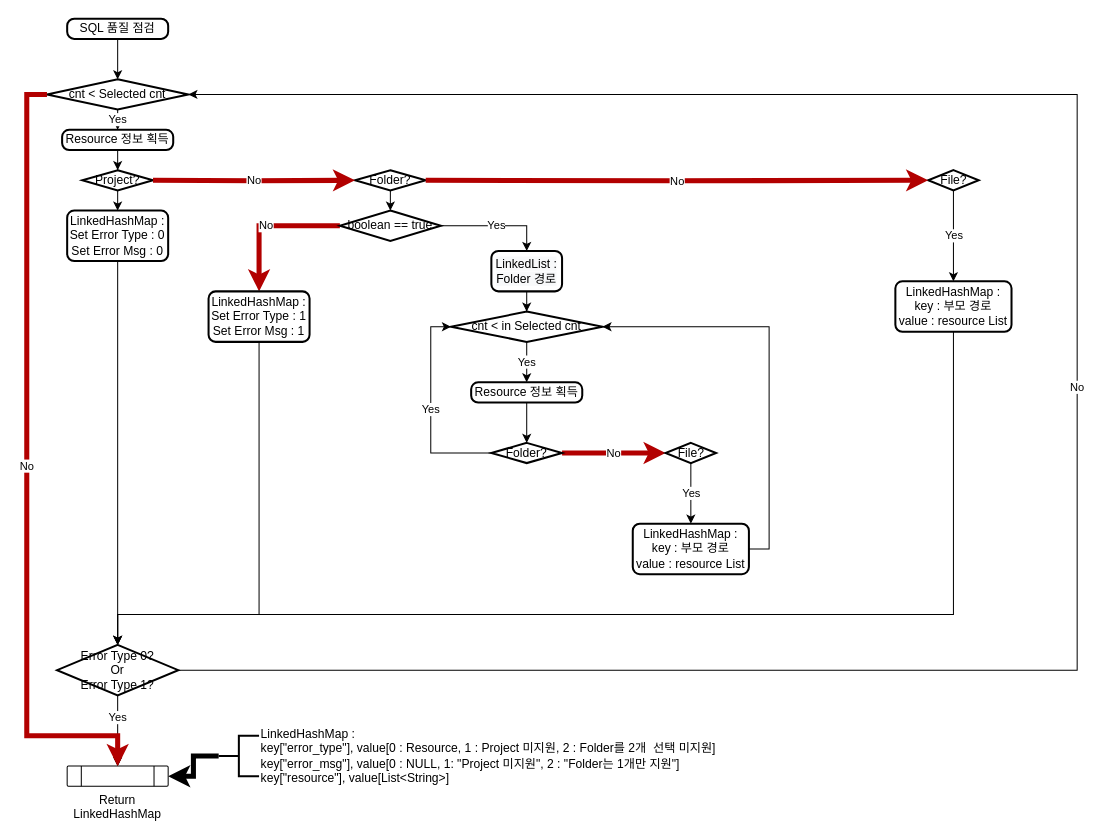
Earlier version of the draw.io diagram SQL 품질 점검 N개 파일 선택 및 폴더 선택 1개만 지원.drawio (taitai09/playground). Source tidied: cells renumbered, new cells numbered last; positions are measured from the earlier drawing's top-left corner, leaving out a move shared by most shapes. Both pictures are drawn from the tidied source at 101%, with x=0, y=0 at pixel (26, 18).
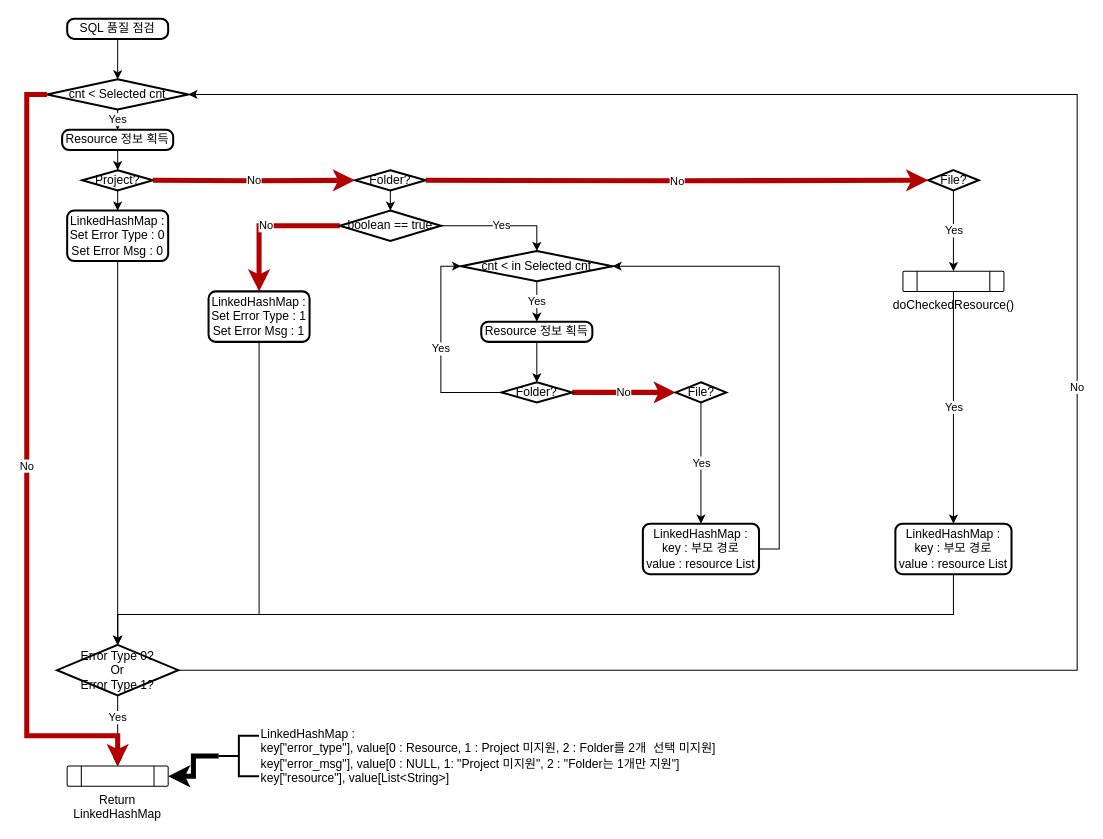
The same diagram, later.

Commit message:
Update SQL 품질 점검 N개 파일 선택 및 폴더 선택 1개만 지원.drawio

The change refers to these unchanged cells:
```xml
<mxCell id="14" value="File?" style="strokeWidth=2;html=1;shape=mxgraph.flowchart.decision;whiteSpace=wrap;" parent="1" vertex="1">
  <mxGeometry x="892.5" y="150" width="50" height="20" as="geometry" />
</mxCell>
<mxCell id="29" value="boolean == true" style="strokeWidth=2;html=1;shape=mxgraph.flowchart.decision;whiteSpace=wrap;" parent="1" vertex="1">
  <mxGeometry x="310" y="190" width="100" height="30" as="geometry" />
</mxCell>
```

Change to the diagram source:
```diff
@@
-    <mxCell id="13" value="Yes" style="edgeStyle=orthogonalEdgeStyle;rounded=0;jettySize=auto;html=1;exitX=0.5;exitY=1;exitDx=0;exitDy=0;exitPerimeter=0;entryX=0.5;entryY=0;entryDx=0;entryDy=0;" parent="1" edge="1" source="14" target="38">
+    <mxCell id="13" value="Yes" style="edgeStyle=orthogonalEdgeStyle;rounded=0;jettySize=auto;html=1;exitX=0.5;exitY=1;exitDx=0;exitDy=0;exitPerimeter=0;entryX=0.5;entryY=0;entryDx=0;entryDy=0;" parent="1" edge="1" source="46" target="38">
       <mxGeometry relative="1" as="geometry" />
     </mxCell>
@@
     <mxCell id="24" value="cnt &amp;lt; in Selected cnt" style="strokeWidth=2;html=1;shape=mxgraph.flowchart.decision;whiteSpace=wrap;" parent="1" vertex="1">
-      <mxGeometry x="420" y="290" width="150" height="30" as="geometry" />
+      <mxGeometry x="430" y="230" width="150" height="30" as="geometry" />
     </mxCell>
@@
     <mxCell id="26" value="Resource 정보 획득" style="rounded=1;whiteSpace=wrap;html=1;absoluteArcSize=1;arcSize=14;strokeWidth=2;" parent="1" vertex="1">
-      <mxGeometry x="440" y="360" width="110" height="20" as="geometry" />
+      <mxGeometry x="450" y="300" width="110" height="20" as="geometry" />
     </mxCell>
-    <mxCell id="27" value="Yes" style="edgeStyle=orthogonalEdgeStyle;rounded=0;jettySize=auto;html=1;exitX=1;exitY=0.5;exitDx=0;exitDy=0;exitPerimeter=0;entryX=0.5;entryY=0;entryDx=0;entryDy=0;" parent="1" edge="1" source="29" target="42">
+    <mxCell id="27" value="Yes" style="edgeStyle=orthogonalEdgeStyle;rounded=0;jettySize=auto;html=1;exitX=1;exitY=0.5;exitDx=0;exitDy=0;exitPerimeter=0;entryX=0.5;entryY=0;entryDx=0;entryDy=0;entryPerimeter=0;" parent="1" edge="1" source="29" target="24">
       <mxGeometry relative="1" as="geometry" />
     </mxCell>
@@
     <mxCell id="32" value="Folder?" style="strokeWidth=2;html=1;shape=mxgraph.flowchart.decision;whiteSpace=wrap;" parent="1" vertex="1">
-      <mxGeometry x="460" y="420" width="70" height="20" as="geometry" />
+      <mxGeometry x="470" y="360" width="70" height="20" as="geometry" />
     </mxCell>
@@
     <mxCell id="36" value="File?" style="strokeWidth=2;html=1;shape=mxgraph.flowchart.decision;whiteSpace=wrap;" parent="1" vertex="1">
-      <mxGeometry x="632.5" y="420" width="50" height="20" as="geometry" />
+      <mxGeometry x="642.5" y="360" width="50" height="20" as="geometry" />
     </mxCell>
@@
     <mxCell id="38" value="LinkedHashMap :&lt;br&gt;key : 부모 경로&lt;br&gt;value : resource List" style="rounded=1;whiteSpace=wrap;html=1;absoluteArcSize=1;arcSize=14;strokeWidth=2;" parent="1" vertex="1">
-      <mxGeometry x="860" y="260" width="115" height="50" as="geometry" />
+      <mxGeometry x="860" y="500" width="115" height="50" as="geometry" />
     </mxCell>
@@
     <mxCell id="40" value="LinkedHashMap :&lt;br&gt;key : 부모 경로&lt;br&gt;value : resource List" style="rounded=1;whiteSpace=wrap;html=1;absoluteArcSize=1;arcSize=14;strokeWidth=2;" parent="1" vertex="1">
-      <mxGeometry x="600" y="500" width="115" height="50" as="geometry" />
+      <mxGeometry x="610" y="500" width="115" height="50" as="geometry" />
     </mxCell>
-    <mxCell id="41" style="edgeStyle=orthogonalEdgeStyle;rounded=0;jettySize=auto;html=1;exitX=0.5;exitY=1;exitDx=0;exitDy=0;" parent="1" edge="1" source="42" target="24">
-      <mxGeometry relative="1" as="geometry" />
-    </mxCell>
-    <mxCell id="42" value="&#10;&#10;&lt;span style=&quot;color: rgb(0, 0, 0); font-family: helvetica; font-size: 12px; font-style: normal; font-weight: 400; letter-spacing: normal; text-align: center; text-indent: 0px; text-transform: none; word-spacing: 0px; background-color: rgb(248, 249, 250); display: inline; float: none;&quot;&gt;LinkedList :&lt;/span&gt;&lt;br style=&quot;color: rgb(0, 0, 0); font-family: helvetica; font-size: 12px; font-style: normal; font-weight: 400; letter-spacing: normal; text-align: center; text-indent: 0px; text-transform: none; word-spacing: 0px; background-color: rgb(248, 249, 250);&quot;&gt;&lt;span style=&quot;color: rgb(0, 0, 0); font-family: helvetica; font-size: 12px; font-style: normal; font-weight: 400; letter-spacing: normal; text-align: center; text-indent: 0px; text-transform: none; word-spacing: 0px; background-color: rgb(248, 249, 250); display: inline; float: none;&quot;&gt;Folder 경로&lt;/span&gt;&#10;&#10;" style="rounded=1;whiteSpace=wrap;html=1;absoluteArcSize=1;arcSize=14;strokeWidth=2;" parent="1" vertex="1">
-      <mxGeometry x="460" y="230" width="70" height="40" as="geometry" />
-    </mxCell>
@@
+    <mxCell id="46" value="doCheckedResource()" style="verticalLabelPosition=bottom;verticalAlign=top;html=1;shape=process;whiteSpace=wrap;rounded=1;size=0.14;arcSize=6;" parent="1" vertex="1">
+      <mxGeometry x="867.5" y="250" width="100" height="20" as="geometry" />
+    </mxCell>
+    <mxCell id="47" value="Yes" style="edgeStyle=orthogonalEdgeStyle;rounded=0;jettySize=auto;html=1;exitX=0.5;exitY=1;exitDx=0;exitDy=0;exitPerimeter=0;entryX=0.5;entryY=0;entryDx=0;entryDy=0;" parent="1" edge="1" source="14" target="46">
+      <mxGeometry relative="1" as="geometry" />
+    </mxCell>
```
